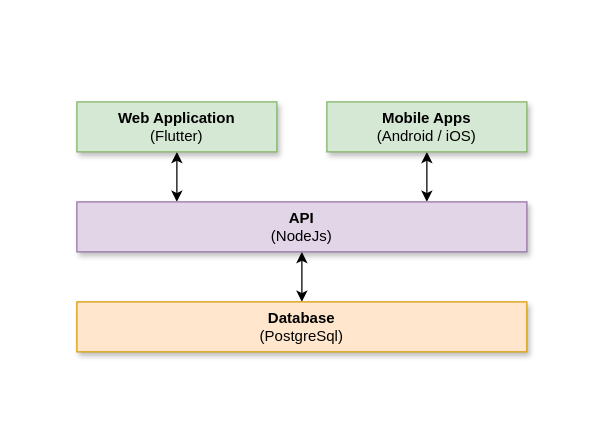
Above: assets/diagrams/High-Level System Overview.drawio in gltch/wits-overflow (draw.io), before the change. Source tidied: cells renumbered, new cells numbered last; positions are measured from the earlier drawing's top-left corner, leaving out a move shared by most shapes. Both pictures are drawn from the tidied source at 125%, with x=0, y=0 at pixel (76, 101).
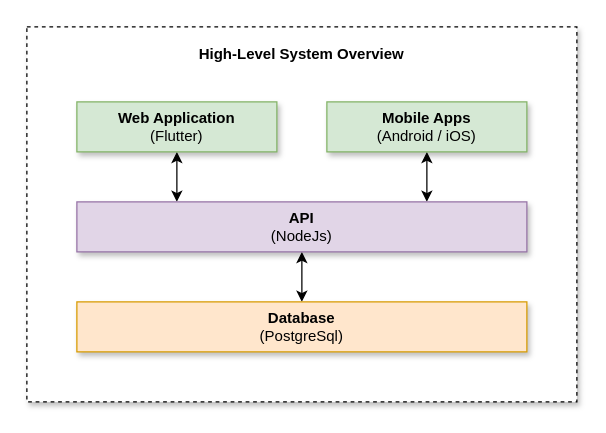
After the change.

Diff of the diagram source:
```diff
@@
 <mxGraphModel>
   <root>
     <mxCell id="0" />
     <mxCell id="1" parent="0" />
+    <mxCell id="9" value="&lt;b&gt;High-Level System Overview&lt;/b&gt;" style="rounded=0;whiteSpace=wrap;html=1;dashed=1;verticalAlign=top;spacing=10;shadow=1;" parent="1" vertex="1">
+      <mxGeometry x="-40" y="-60" width="440" height="300" as="geometry" />
+    </mxCell>
     <mxCell id="2" style="edgeStyle=orthogonalEdgeStyle;rounded=0;jettySize=auto;html=1;exitX=0.5;exitY=1;exitDx=0;exitDy=0;startArrow=classic;startFill=1;" parent="1" edge="1" source="3">
       <mxGeometry relative="1" as="geometry">
         <mxPoint x="80" y="80" as="targetPoint" />
       </mxGeometry>
     </mxCell>
     <mxCell id="3" value="&lt;b&gt;Web Application&lt;/b&gt;&lt;br&gt;(Flutter)" style="rounded=0;whiteSpace=wrap;html=1;fillColor=#d5e8d4;strokeColor=#82b366;shadow=1;" parent="1" vertex="1">
       <mxGeometry width="160" height="40" as="geometry" />
     </mxCell>
     <mxCell id="4" style="edgeStyle=orthogonalEdgeStyle;rounded=0;jettySize=auto;html=1;exitX=0.5;exitY=1;exitDx=0;exitDy=0;startArrow=classic;startFill=1;" parent="1" edge="1" source="5">
       <mxGeometry relative="1" as="geometry">
         <mxPoint x="280" y="80" as="targetPoint" />
       </mxGeometry>
     </mxCell>
     <mxCell id="5" value="&lt;b&gt;Mobile Apps&lt;/b&gt;&lt;br&gt;(Android / iOS)" style="rounded=0;whiteSpace=wrap;html=1;fillColor=#d5e8d4;strokeColor=#82b366;shadow=1;" parent="1" vertex="1">
       <mxGeometry x="200" width="160" height="40" as="geometry" />
     </mxCell>
     <mxCell id="6" style="edgeStyle=orthogonalEdgeStyle;rounded=0;jettySize=auto;html=1;exitX=0.5;exitY=1;exitDx=0;exitDy=0;startArrow=classic;startFill=1;" parent="1" edge="1" source="7">
       <mxGeometry relative="1" as="geometry">
         <mxPoint x="180" y="160" as="targetPoint" />
       </mxGeometry>
     </mxCell>
     <mxCell id="7" value="&lt;b&gt;API&lt;br&gt;&lt;/b&gt;(NodeJs)" style="rounded=0;whiteSpace=wrap;html=1;fillColor=#e1d5e7;strokeColor=#9673a6;shadow=1;" parent="1" vertex="1">
       <mxGeometry y="80" width="360" height="40" as="geometry" />
     </mxCell>
     <mxCell id="8" value="&lt;b&gt;Database&lt;/b&gt;&lt;br&gt;(PostgreSql)" style="rounded=0;whiteSpace=wrap;html=1;fillColor=#ffe6cc;strokeColor=#d79b00;shadow=1;" parent="1" vertex="1">
       <mxGeometry y="160" width="360" height="40" as="geometry" />
     </mxCell>
   </root>
 </mxGraphModel>
```
